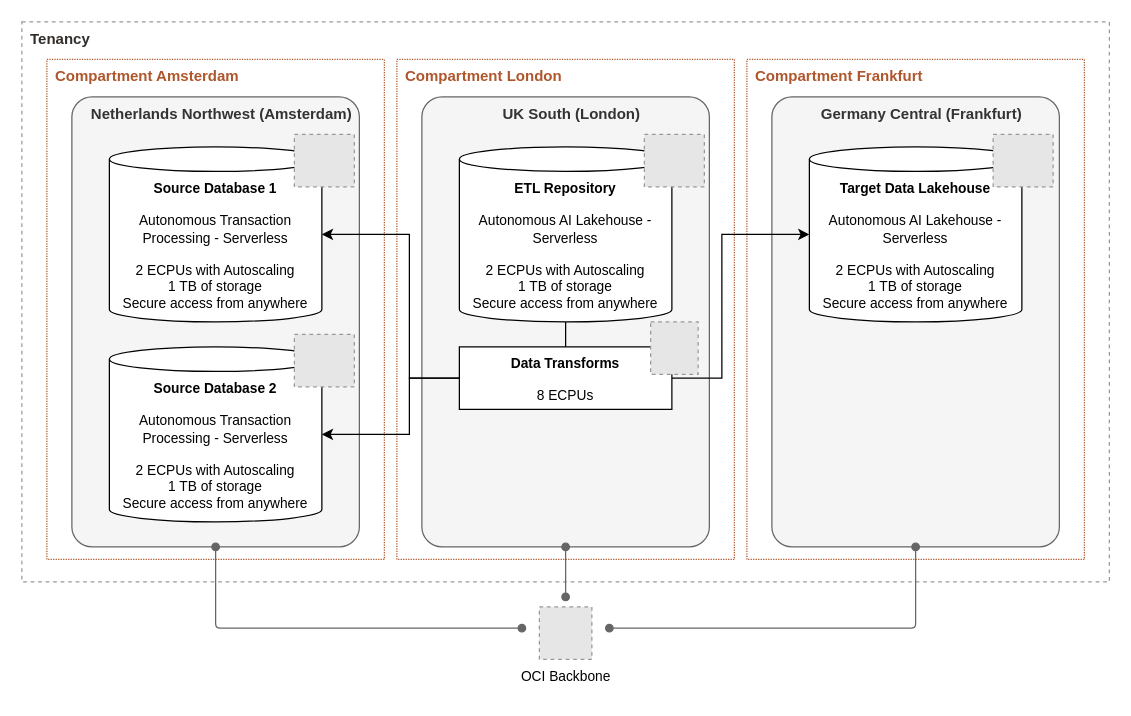
Above: page "configuration" (1 of 9) of images/2026-10-14-data-transforms-as-etl-hub/data-transforms-distributed-processing.drawio in JakubIllner/jakubillner.github.io (draw.io), before the change. Source tidied: cells renumbered, new cells numbered last; positions are measured from the earlier drawing's top-left corner, leaving out a move shared by most shapes. Both pictures are drawn from the tidied source at 125%, with x=0, y=0 at pixel (21, 21). Pictures stored in the file or linked from it are replaced by grey dashed boxes.
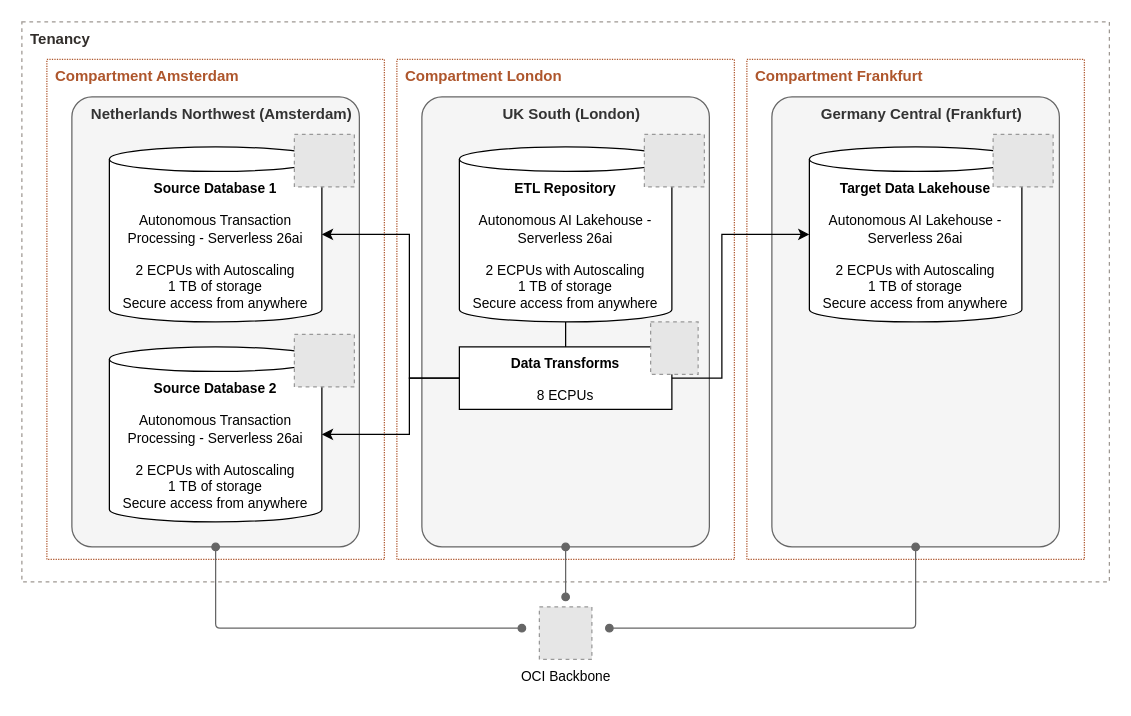
The same page after the edit.

Diff of the diagram source:
```diff
@@
-    <mxCell id="8" value="&lt;div&gt;&lt;b&gt;Source Database 1&lt;/b&gt;&lt;/div&gt;&lt;div&gt;&lt;br&gt;&lt;/div&gt;Autonomous Transaction Processing - Serverless&lt;div&gt;&lt;br&gt;&lt;/div&gt;&lt;div&gt;2 ECPUs with Autoscaling&lt;/div&gt;&lt;div&gt;1 TB of storage&lt;/div&gt;&lt;div&gt;Secure access from anywhere&lt;/div&gt;" style="shape=cylinder3;whiteSpace=wrap;html=1;boundedLbl=1;backgroundOutline=1;size=9.818181818181827;verticalAlign=top;spacingTop=0;fontSize=11;" parent="1" vertex="1">
+    <mxCell id="8" value="&lt;div&gt;&lt;b&gt;Source Database 1&lt;/b&gt;&lt;/div&gt;&lt;div&gt;&lt;br&gt;&lt;/div&gt;Autonomous Transaction Processing - Serverless 26ai&lt;div&gt;&lt;br&gt;&lt;/div&gt;&lt;div&gt;2 ECPUs with Autoscaling&lt;/div&gt;&lt;div&gt;1 TB of storage&lt;/div&gt;&lt;div&gt;Secure access from anywhere&lt;/div&gt;" style="shape=cylinder3;whiteSpace=wrap;html=1;boundedLbl=1;backgroundOutline=1;size=9.818181818181827;verticalAlign=top;spacingTop=0;fontSize=11;" parent="1" vertex="1">
       <mxGeometry x="70" y="100" width="170" height="140" as="geometry" />
     </mxCell>
@@
-    <mxCell id="13" value="&lt;div&gt;&lt;b&gt;Source Database 2&lt;/b&gt;&lt;/div&gt;&lt;div&gt;&lt;br&gt;&lt;/div&gt;&lt;div&gt;Autonomous Transaction Processing&lt;span style=&quot;background-color: transparent; color: light-dark(rgb(0, 0, 0), rgb(255, 255, 255));&quot;&gt; &lt;/span&gt;&lt;span style=&quot;background-color: transparent; color: light-dark(rgb(0, 0, 0), rgb(255, 255, 255));&quot;&gt;- Serverless&lt;/span&gt;&lt;/div&gt;&lt;div&gt;&amp;nbsp;&lt;/div&gt;&lt;div&gt;2 ECPUs with Autoscaling&lt;/div&gt;&lt;div&gt;1 TB of storage&lt;/div&gt;&lt;div&gt;Secure access from anywhere&lt;/div&gt;" style="shape=cylinder3;whiteSpace=wrap;html=1;boundedLbl=1;backgroundOutline=1;size=9.818181818181827;verticalAlign=top;spacingTop=0;fontSize=11;" parent="1" vertex="1">
+    <mxCell id="13" value="&lt;div&gt;&lt;b&gt;Source Database 2&lt;/b&gt;&lt;/div&gt;&lt;div&gt;&lt;br&gt;&lt;/div&gt;&lt;div&gt;Autonomous Transaction Processing&lt;span style=&quot;background-color: transparent; color: light-dark(rgb(0, 0, 0), rgb(255, 255, 255));&quot;&gt; &lt;/span&gt;&lt;span style=&quot;background-color: transparent; color: light-dark(rgb(0, 0, 0), rgb(255, 255, 255));&quot;&gt;- Serverless 26ai&lt;/span&gt;&lt;/div&gt;&lt;div&gt;&amp;nbsp;&lt;/div&gt;&lt;div&gt;2 ECPUs with Autoscaling&lt;/div&gt;&lt;div&gt;1 TB of storage&lt;/div&gt;&lt;div&gt;Secure access from anywhere&lt;/div&gt;" style="shape=cylinder3;whiteSpace=wrap;html=1;boundedLbl=1;backgroundOutline=1;size=9.818181818181827;verticalAlign=top;spacingTop=0;fontSize=11;" parent="1" vertex="1">
       <mxGeometry x="70" y="260" width="170" height="140" as="geometry" />
     </mxCell>
-    <mxCell id="14" value="&lt;div&gt;&lt;b&gt;Target Data Lakehouse&lt;/b&gt;&lt;/div&gt;&lt;div&gt;&lt;br&gt;&lt;/div&gt;Autonomous AI Lakehouse - Serverless&lt;div&gt;&lt;br&gt;&lt;/div&gt;&lt;div&gt;2 ECPUs with Autoscaling&lt;/div&gt;&lt;div&gt;1 TB of storage&lt;/div&gt;&lt;div&gt;Secure access from anywhere&lt;/div&gt;" style="shape=cylinder3;whiteSpace=wrap;html=1;boundedLbl=1;backgroundOutline=1;size=9.818181818181827;verticalAlign=top;spacingTop=0;fontSize=11;" parent="1" vertex="1">
+    <mxCell id="14" value="&lt;div&gt;&lt;b&gt;Target Data Lakehouse&lt;/b&gt;&lt;/div&gt;&lt;div&gt;&lt;br&gt;&lt;/div&gt;Autonomous AI Lakehouse - Serverless 26ai&lt;div&gt;&lt;br&gt;&lt;/div&gt;&lt;div&gt;2 ECPUs with Autoscaling&lt;/div&gt;&lt;div&gt;1 TB of storage&lt;/div&gt;&lt;div&gt;Secure access from anywhere&lt;/div&gt;" style="shape=cylinder3;whiteSpace=wrap;html=1;boundedLbl=1;backgroundOutline=1;size=9.818181818181827;verticalAlign=top;spacingTop=0;fontSize=11;" parent="1" vertex="1">
       <mxGeometry x="630" y="100" width="170" height="140" as="geometry" />
     </mxCell>
@@
-    <mxCell id="16" value="&lt;div&gt;&lt;b&gt;ETL Repository&lt;/b&gt;&lt;/div&gt;&lt;div&gt;&lt;br&gt;&lt;/div&gt;Autonomous AI Lakehouse - Serverless&lt;div&gt;&lt;br&gt;&lt;/div&gt;&lt;div&gt;2 ECPUs with Autoscaling&lt;/div&gt;&lt;div&gt;1 TB of storage&lt;/div&gt;&lt;div&gt;Secure access from anywhere&lt;/div&gt;" style="shape=cylinder3;whiteSpace=wrap;html=1;boundedLbl=1;backgroundOutline=1;size=9.818181818181827;verticalAlign=top;spacingTop=0;fontSize=11;" parent="1" vertex="1">
+    <mxCell id="16" value="&lt;div&gt;&lt;b&gt;ETL Repository&lt;/b&gt;&lt;/div&gt;&lt;div&gt;&lt;br&gt;&lt;/div&gt;Autonomous AI Lakehouse - Serverless 26ai&lt;div&gt;&lt;br&gt;&lt;/div&gt;&lt;div&gt;2 ECPUs with Autoscaling&lt;/div&gt;&lt;div&gt;1 TB of storage&lt;/div&gt;&lt;div&gt;Secure access from anywhere&lt;/div&gt;" style="shape=cylinder3;whiteSpace=wrap;html=1;boundedLbl=1;backgroundOutline=1;size=9.818181818181827;verticalAlign=top;spacingTop=0;fontSize=11;" parent="1" vertex="1">
       <mxGeometry x="350" y="100" width="170" height="140" as="geometry" />
     </mxCell>
```
